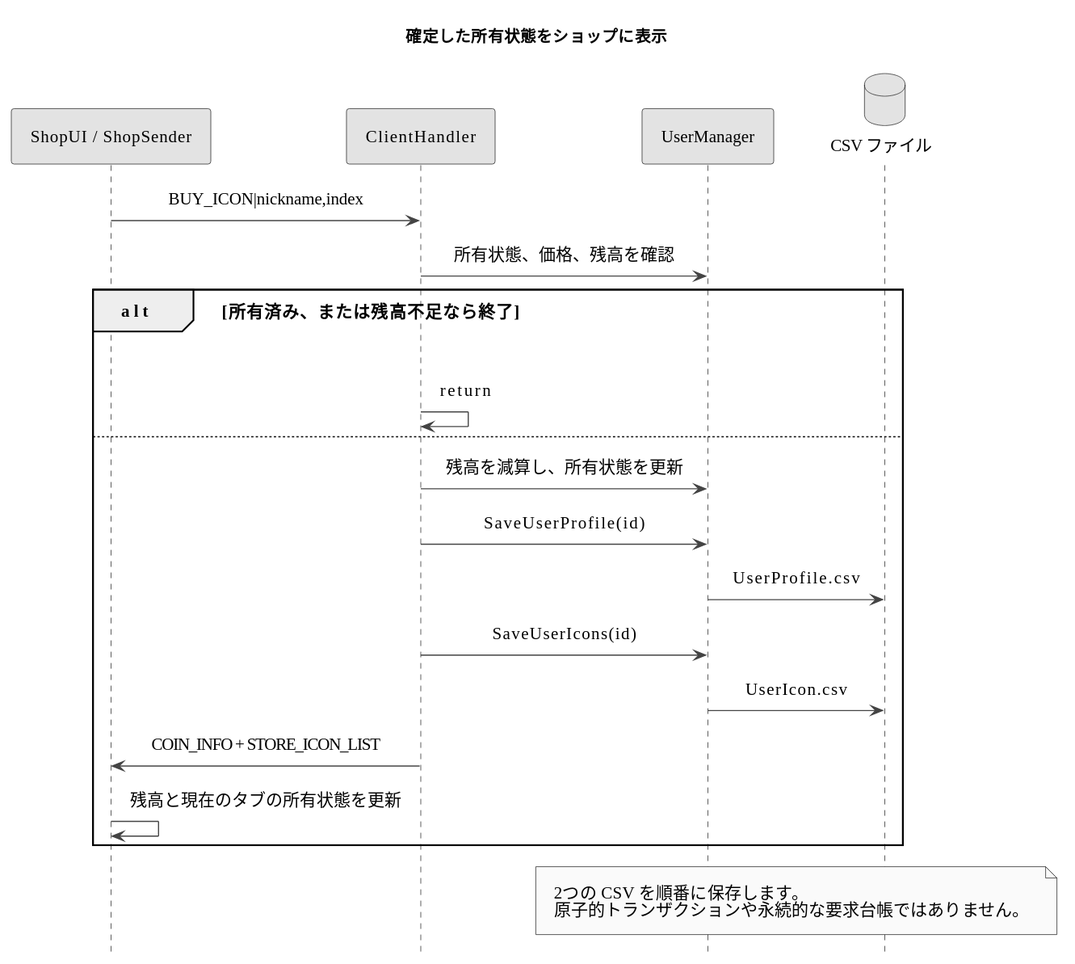
This is docs/engineering/diagrams/shop-sequence-ja.svg from YSL-RyuDo/BnBServer, a PlantUML export, as it was before one commit. Source of this version:
```plantuml
@startuml
!pragma layout smetana
skinparam monochrome true
skinparam shadowing false
skinparam backgroundColor white
skinparam defaultFontName "MS Gothic"
skinparam defaultFontSize 15
skinparam ArrowColor #444444
skinparam Padding 10
skinparam sequenceMessageAlign center
hide footbox
title 確定した所有状態をショップに表示
participant "ShopUI / ShopSender" as UI
participant ClientHandler as H
participant UserManager as U
database "CSV ファイル" as D
UI -> H : BUY_ICON|nickname,index
H -> U : 所有状態、価格、残高を確認
alt 所有済み、または残高不足なら終了
 H -> H : return
else
 H -> U : 残高を減算し、所有状態を更新
 H -> U : SaveUserProfile(id)
 U -> D : UserProfile.csv
 H -> U : SaveUserIcons(id)
 U -> D : UserIcon.csv
 H -> UI : COIN_INFO + STORE_ICON_LIST
 UI -> UI : 残高と現在のタブの所有状態を更新
end
note over U,D
2つの CSV を順番に保存します。
原子的トランザクションや永続的な要求台帳ではありません。
end note
@enduml
```
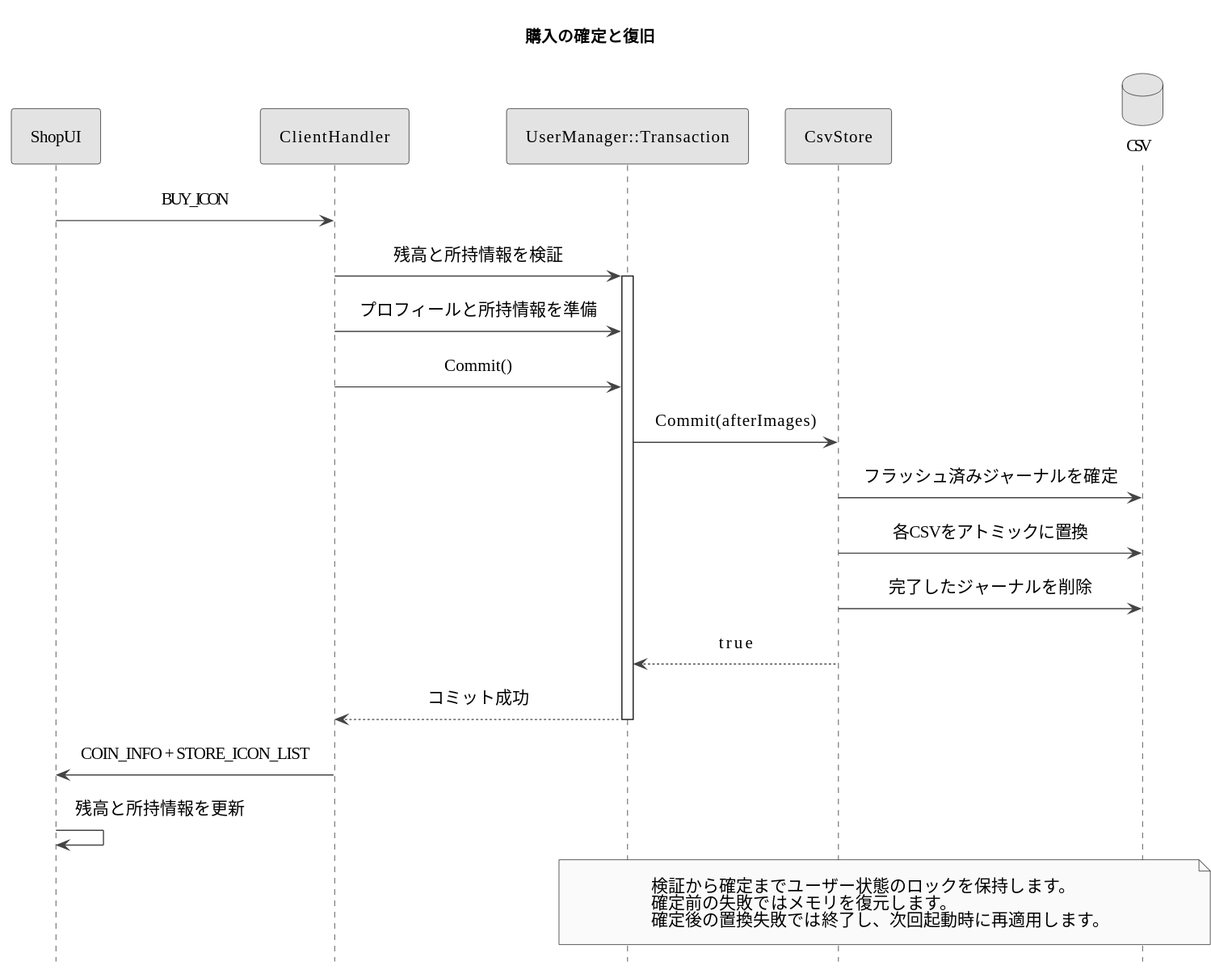
Above is the later version.

Change to the diagram source:
```diff
@@ -9,26 +9,29 @@
 skinparam Padding 10
 skinparam sequenceMessageAlign center
 hide footbox
-title 確定した所有状態をショップに表示
-participant "ShopUI / ShopSender" as UI
+title 購入の確定と復旧
+participant ShopUI as UI
 participant ClientHandler as H
-participant UserManager as U
-database "CSV ファイル" as D
-UI -> H : BUY_ICON|nickname,index
-H -> U : 所有状態、価格、残高を確認
-alt 所有済み、または残高不足なら終了
- H -> H : return
-else
- H -> U : 残高を減算し、所有状態を更新
- H -> U : SaveUserProfile(id)
- U -> D : UserProfile.csv
- H -> U : SaveUserIcons(id)
- U -> D : UserIcon.csv
- H -> UI : COIN_INFO + STORE_ICON_LIST
- UI -> UI : 残高と現在のタブの所有状態を更新
-end
-note over U,D
-2つの CSV を順番に保存します。
-原子的トランザクションや永続的な要求台帳ではありません。
+participant "UserManager::Transaction" as T
+participant CsvStore as S
+database CSV as D
+UI -> H : BUY_ICON
+H -> T : 残高と所持情報を検証
+activate T
+H -> T : プロフィールと所持情報を準備
+H -> T : Commit()
+T -> S : Commit(afterImages)
+S -> D : フラッシュ済みジャーナルを確定
+S -> D : 各CSVをアトミックに置換
+S -> D : 完了したジャーナルを削除
+S --> T : true
+T --> H : コミット成功
+deactivate T
+H -> UI : COIN_INFO + STORE_ICON_LIST
+UI -> UI : 残高と所持情報を更新
+note over T,D
+検証から確定までユーザー状態のロックを保持します。
+確定前の失敗ではメモリを復元します。
+確定後の置換失敗では終了し、次回起動時に再適用します。
 end note
 @enduml
```
